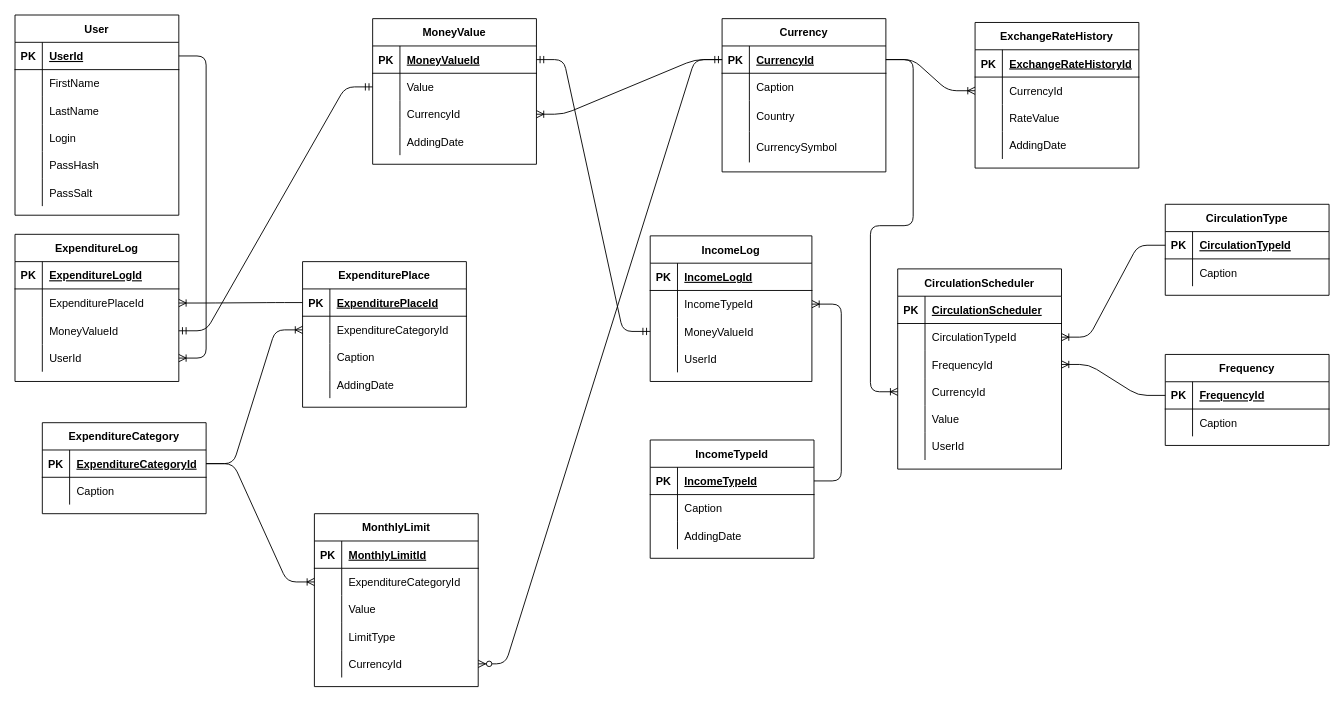
This is Database Diagram.drawio from GenSciDeveloper/GenSci.FamilyBudget, a draw.io file, before an edit. Source tidied: cells renumbered, new cells numbered last; positions are measured from the earlier drawing's top-left corner, leaving out a move shared by most shapes. Both pictures are drawn from the tidied source at 91%, with x=0, y=0 at pixel (15, 15).
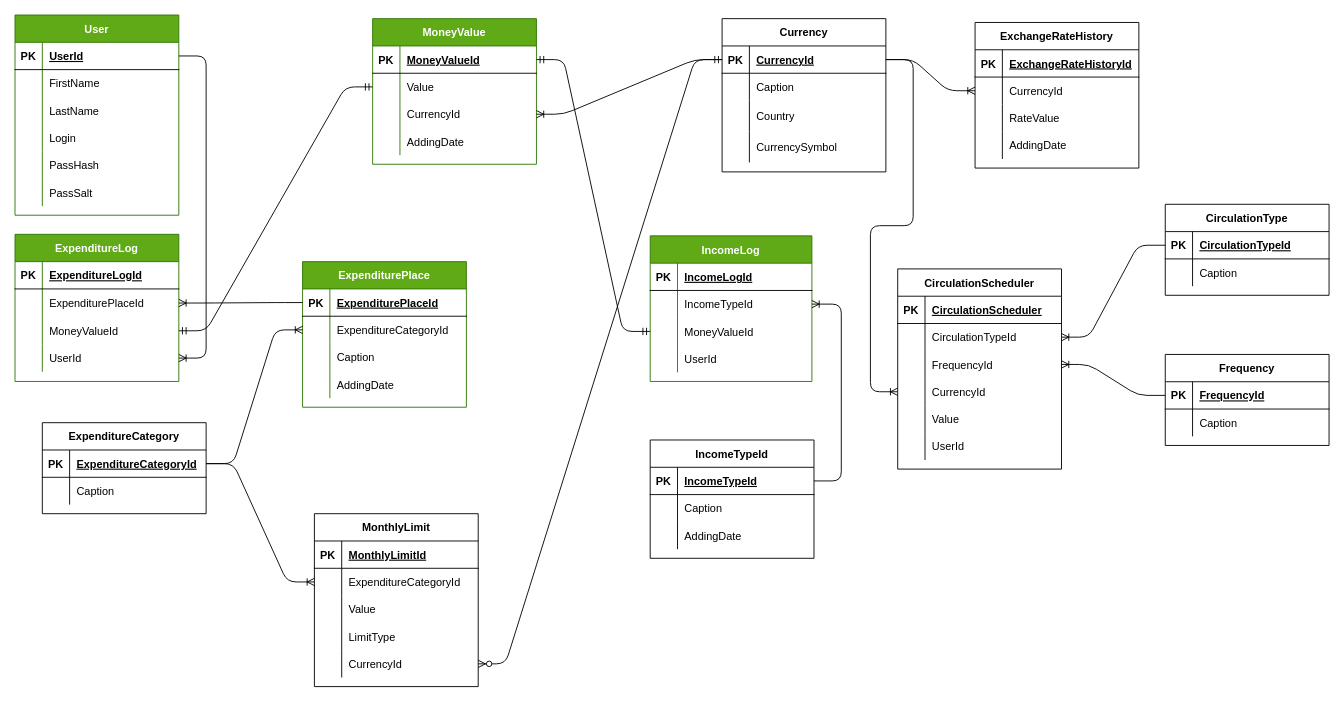
The same page after the edit.

Commit message (it also covers changes not shown here):
Adding new entities: IncomeLog, MoneyValue, ExpenditureLog, ExpenditurePlace.

The edit, as a diff of the source:
```diff
@@
-    <mxCell id="2" value="User" style="shape=table;startSize=30;childLayout=tableLayout;rowLines=0;fontStyle=1;align=center;" parent="1" vertex="1">
+    <mxCell id="2" value="User" style="shape=table;startSize=30;childLayout=tableLayout;rowLines=0;fontStyle=1;align=center;fillColor=#60a917;strokeColor=#2D7600;fontColor=#ffffff;" parent="1" vertex="1">
       <mxGeometry width="180" height="220" as="geometry" />
     </mxCell>
@@
-    <mxCell id="21" value="ExpenditureLog" style="shape=table;startSize=30;childLayout=tableLayout;rowLines=0;fontStyle=1;align=center;" parent="1" vertex="1">
+    <mxCell id="21" value="ExpenditureLog" style="shape=table;startSize=30;childLayout=tableLayout;rowLines=0;fontStyle=1;align=center;fillColor=#60a917;strokeColor=#2D7600;fontColor=#ffffff;" parent="1" vertex="1">
       <mxGeometry y="241" width="180" height="161.7" as="geometry" />
     </mxCell>
@@
-    <mxCell id="34" value="IncomeLog" style="shape=table;startSize=30;childLayout=tableLayout;rowLines=0;fontStyle=1;align=center;" parent="1" vertex="1">
+    <mxCell id="34" value="IncomeLog" style="shape=table;startSize=30;childLayout=tableLayout;rowLines=0;fontStyle=1;align=center;fillColor=#60a917;strokeColor=#2D7600;fontColor=#ffffff;" parent="1" vertex="1">
       <mxGeometry x="698" y="242.7" width="177.7" height="160" as="geometry" />
     </mxCell>
@@
-    <mxCell id="47" value="ExpenditurePlace" style="shape=table;startSize=30;childLayout=tableLayout;rowLines=0;fontStyle=1;align=center;" parent="1" vertex="1">
+    <mxCell id="47" value="ExpenditurePlace" style="shape=table;startSize=30;childLayout=tableLayout;rowLines=0;fontStyle=1;align=center;fillColor=#60a917;strokeColor=#2D7600;fontColor=#ffffff;" parent="1" vertex="1">
       <mxGeometry x="316" y="271" width="180" height="160" as="geometry" />
     </mxCell>
@@
-    <mxCell id="79" value="MoneyValue" style="shape=table;startSize=30;childLayout=tableLayout;rowLines=0;fontStyle=1;align=center;" parent="1" vertex="1">
+    <mxCell id="79" value="MoneyValue" style="shape=table;startSize=30;childLayout=tableLayout;rowLines=0;fontStyle=1;align=center;fillColor=#60a917;strokeColor=#2D7600;fontColor=#ffffff;" parent="1" vertex="1">
       <mxGeometry x="393" y="4" width="180" height="160" as="geometry" />
     </mxCell>
```
